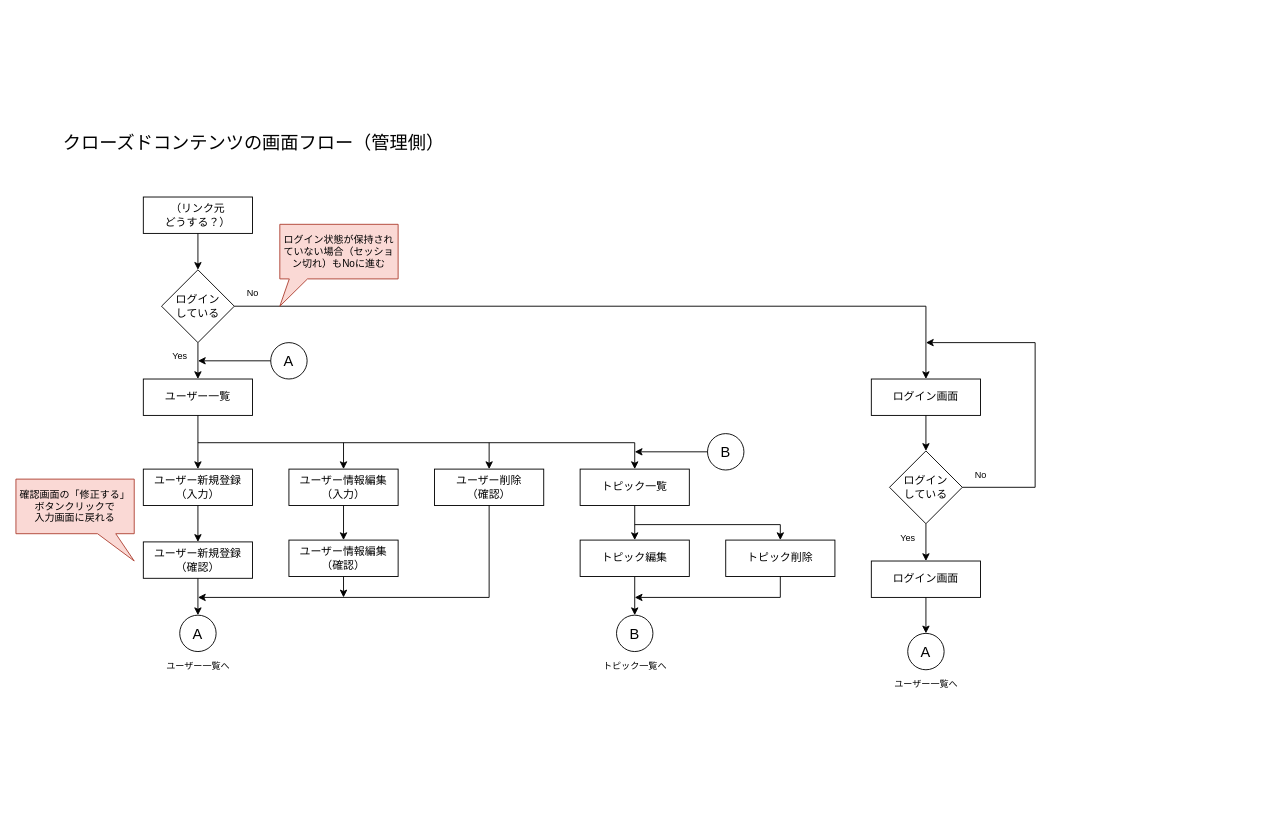
Before: page "管理側" (2 of 2) of クローズドコンテンツ_画面フロー.drawio in iims-engineers/iims_closed, a draw.io diagram. Source tidied: cells renumbered, new cells numbered last; positions are measured from the earlier drawing's top-left corner, leaving out a move shared by most shapes. Both pictures are drawn from the tidied source at 91%, with x=0, y=0 at pixel (15, 124).
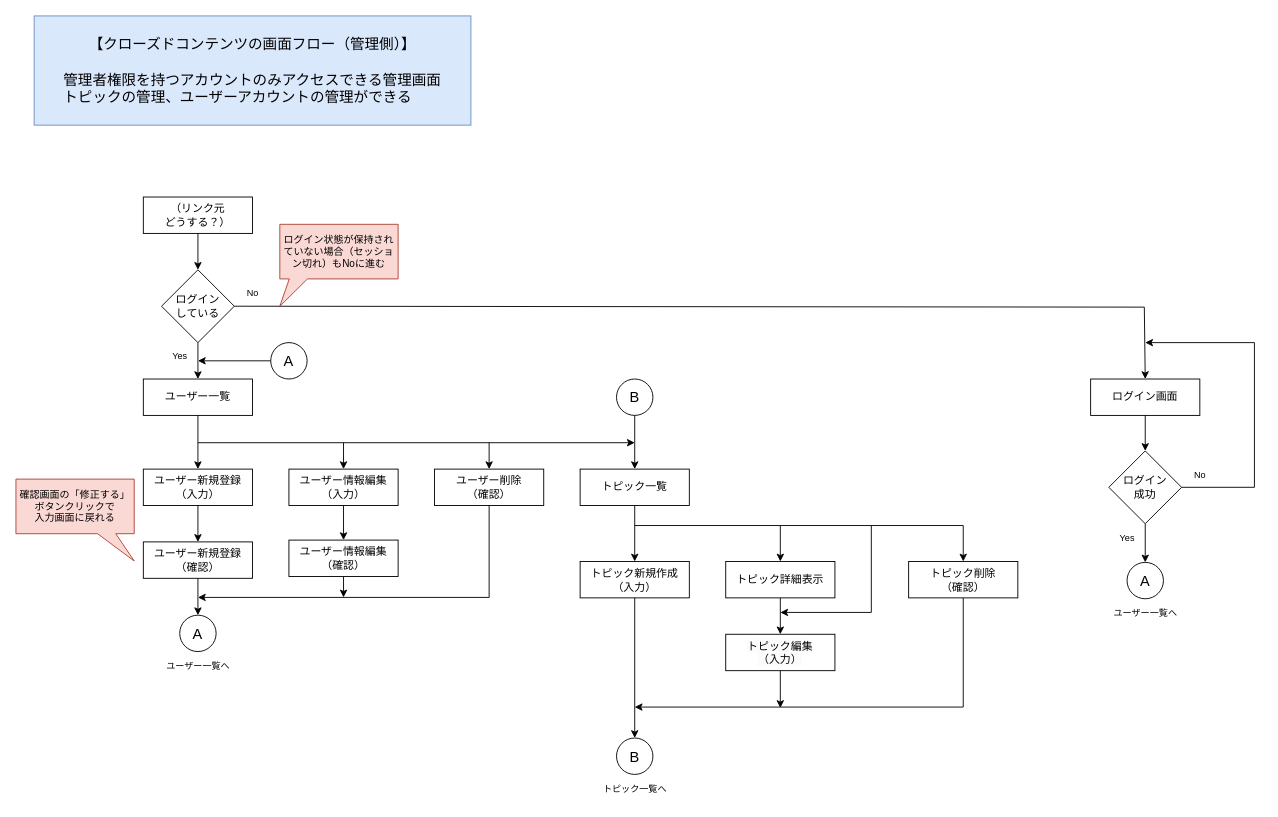
The same diagram, later.

The change refers to these unchanged cells:
```xml
<mxCell id="6" value="ログイン&lt;br&gt;している" style="rhombus;whiteSpace=wrap;html=1;fontSize=12;" parent="1" vertex="1">
  <mxGeometry x="160" y="160" width="80" height="80" as="geometry" />
</mxCell>
<mxCell id="41" value="トピック一覧" style="whiteSpace=wrap;html=1;" parent="1" vertex="1">
  <mxGeometry x="620" y="379" width="120" height="40" as="geometry" />
</mxCell>
```

Change to the diagram source:
```diff
@@
-    <mxCell id="2" value="&lt;font style=&quot;font-size: 20px;&quot;&gt;クローズドコンテンツの画面フロー（管理側）&lt;/font&gt;" style="text;html=1;align=left;verticalAlign=middle;strokeColor=none;fillColor=none;" parent="1" vertex="1">
-      <mxGeometry x="50" width="440" height="40" as="geometry" />
-    </mxCell>
@@
     <mxCell id="8" style="edgeStyle=none;jettySize=auto;html=1;rounded=0;exitX=1;exitY=0.5;exitDx=0;exitDy=0;entryX=0.5;entryY=0;entryDx=0;entryDy=0;" parent="1" edge="1" source="6" target="25">
       <mxGeometry relative="1" as="geometry">
         <Array as="points">
-          <mxPoint x="1000" y="200" />
+          <mxPoint x="1240" y="201" />
         </Array>
       </mxGeometry>
     </mxCell>
@@
-    <mxCell id="18" style="edgeStyle=none;jettySize=auto;html=1;rounded=0;entryX=0.5;entryY=0;entryDx=0;entryDy=0;" parent="1" edge="1" target="41">
+    <mxCell id="18" style="edgeStyle=none;orthogonalLoop=1;jettySize=auto;html=1;rounded=0;" parent="1" edge="1">
       <mxGeometry relative="1" as="geometry">
         <mxPoint x="200" y="350" as="sourcePoint" />
-        <Array as="points">
-          <mxPoint x="680" y="350" />
-        </Array>
+        <mxPoint x="680" y="350" as="targetPoint" />
       </mxGeometry>
     </mxCell>
@@
     <mxCell id="25" value="ログイン画面" style="whiteSpace=wrap;html=1;" parent="1" vertex="1">
-      <mxGeometry x="940" y="280" width="120" height="40" as="geometry" />
+      <mxGeometry x="1181" y="280" width="120" height="40" as="geometry" />
     </mxCell>
-    <mxCell id="26" value="ログイン&lt;br&gt;している" style="rhombus;whiteSpace=wrap;html=1;fontSize=12;" parent="1" vertex="1">
-      <mxGeometry x="960" y="359" width="80" height="80" as="geometry" />
+    <mxCell id="26" value="ログイン&lt;br&gt;成功" style="rhombus;whiteSpace=wrap;html=1;fontSize=12;" parent="1" vertex="1">
+      <mxGeometry x="1201" y="359" width="80" height="80" as="geometry" />
     </mxCell>
@@
     <mxCell id="28" value="&lt;font style=&quot;font-size: 10px;&quot;&gt;Yes&lt;/font&gt;" style="text;html=1;align=center;verticalAlign=middle;strokeColor=none;fillColor=none;fontSize=10;" parent="1" vertex="1">
-      <mxGeometry x="960" y="440" width="40" height="30" as="geometry" />
+      <mxGeometry x="1201" y="440" width="40" height="30" as="geometry" />
     </mxCell>
     <mxCell id="29" value="&lt;font style=&quot;font-size: 10px;&quot;&gt;No&lt;/font&gt;" style="text;html=1;align=center;verticalAlign=middle;strokeColor=none;fillColor=none;fontSize=10;" parent="1" vertex="1">
-      <mxGeometry x="1040" y="370" width="40" height="30" as="geometry" />
+      <mxGeometry x="1281" y="370" width="40" height="30" as="geometry" />
     </mxCell>
-    <mxCell id="30" value="ログイン画面" style="whiteSpace=wrap;html=1;" parent="1" vertex="1">
-      <mxGeometry x="940" y="480" width="120" height="40" as="geometry" />
-    </mxCell>
-    <mxCell id="31" style="edgeStyle=none;jettySize=auto;html=1;rounded=0;exitX=0.5;exitY=1;exitDx=0;exitDy=0;entryX=0.5;entryY=0;entryDx=0;entryDy=0;" parent="1" edge="1" source="30" target="34">
-      <mxGeometry relative="1" as="geometry" />
-    </mxCell>
-    <mxCell id="32" style="edgeStyle=none;jettySize=auto;html=1;rounded=0;exitX=0.5;exitY=1;exitDx=0;exitDy=0;entryX=0.5;entryY=0;entryDx=0;entryDy=0;" parent="1" edge="1" source="26" target="30">
+    <mxCell id="32" style="edgeStyle=none;jettySize=auto;html=1;rounded=0;exitX=0.5;exitY=1;exitDx=0;exitDy=0;entryX=0.5;entryY=0;entryDx=0;entryDy=0;" parent="1" edge="1" source="26" target="34">
       <mxGeometry relative="1" as="geometry" />
     </mxCell>
     <mxCell id="33" style="edgeStyle=none;jettySize=auto;html=1;rounded=0;exitX=1;exitY=0.5;exitDx=0;exitDy=0;" parent="1" edge="1" source="26">
       <mxGeometry relative="1" as="geometry">
-        <mxPoint x="1000" y="240" as="targetPoint" />
+        <mxPoint x="1241" y="240" as="targetPoint" />
         <Array as="points">
-          <mxPoint x="1120" y="399" />
-          <mxPoint x="1120" y="240" />
+          <mxPoint x="1361" y="399" />
+          <mxPoint x="1361" y="240" />
         </Array>
       </mxGeometry>
     </mxCell>
     <mxCell id="34" value="A" style="ellipse;whiteSpace=wrap;html=1;fontSize=16;" parent="1" vertex="1">
-      <mxGeometry x="980" y="559.5" width="40" height="40" as="geometry" />
+      <mxGeometry x="1221" y="481.5" width="40" height="40" as="geometry" />
     </mxCell>
     <mxCell id="35" value="ユーザー一覧へ" style="text;html=1;align=center;verticalAlign=middle;strokeColor=none;fillColor=none;fontSize=10;" parent="1" vertex="1">
-      <mxGeometry x="955" y="599.5" width="90" height="30" as="geometry" />
+      <mxGeometry x="1196" y="521.5" width="90" height="30" as="geometry" />
     </mxCell>
@@
-    <mxCell id="42" style="edgeStyle=none;jettySize=auto;html=1;rounded=0;exitX=0.5;exitY=1;exitDx=0;exitDy=0;entryX=0.5;entryY=0;entryDx=0;entryDy=0;" parent="1" edge="1" source="43" target="48">
-      <mxGeometry relative="1" as="geometry" />
-    </mxCell>
-    <mxCell id="43" value="トピック編集" style="whiteSpace=wrap;html=1;" parent="1" vertex="1">
-      <mxGeometry x="620" y="457" width="120" height="40" as="geometry" />
-    </mxCell>
-    <mxCell id="44" style="edgeStyle=none;jettySize=auto;html=1;rounded=0;entryX=0.5;entryY=0;entryDx=0;entryDy=0;exitX=0.5;exitY=1;exitDx=0;exitDy=0;" parent="1" edge="1" target="43">
+    <mxCell id="44" style="edgeStyle=none;jettySize=auto;html=1;rounded=0;entryX=0.5;entryY=0;entryDx=0;entryDy=0;exitX=0.5;exitY=1;exitDx=0;exitDy=0;" parent="1" edge="1" target="54">
       <mxGeometry relative="1" as="geometry">
         <mxPoint x="680" y="419" as="sourcePoint" />
       </mxGeometry>
     </mxCell>
-    <mxCell id="45" value="トピック削除" style="whiteSpace=wrap;html=1;" parent="1" vertex="1">
-      <mxGeometry x="780" y="457" width="120" height="40" as="geometry" />
-    </mxCell>
@@
-    <mxCell id="47" style="edgeStyle=none;jettySize=auto;html=1;rounded=0;entryX=0.5;entryY=0;entryDx=0;entryDy=0;" parent="1" edge="1" target="45">
-      <mxGeometry relative="1" as="geometry">
-        <mxPoint x="680" y="440" as="sourcePoint" />
-        <Array as="points">
-          <mxPoint x="840" y="440" />
-        </Array>
-      </mxGeometry>
-    </mxCell>
     <mxCell id="48" value="B" style="ellipse;whiteSpace=wrap;html=1;fontSize=16;" parent="1" vertex="1">
-      <mxGeometry x="660" y="539.5" width="40" height="40" as="geometry" />
+      <mxGeometry x="660" y="674.5" width="40" height="40" as="geometry" />
     </mxCell>
     <mxCell id="49" value="トピック一覧へ" style="text;html=1;align=center;verticalAlign=middle;strokeColor=none;fillColor=none;fontSize=10;" parent="1" vertex="1">
-      <mxGeometry x="635" y="579.5" width="90" height="30" as="geometry" />
+      <mxGeometry x="635" y="714.5" width="90" height="30" as="geometry" />
     </mxCell>
-    <mxCell id="50" style="edgeStyle=none;jettySize=auto;html=1;rounded=0;exitX=0.5;exitY=1;exitDx=0;exitDy=0;" parent="1" edge="1" source="45">
-      <mxGeometry relative="1" as="geometry">
-        <mxPoint x="680" y="520" as="targetPoint" />
-        <Array as="points">
-          <mxPoint x="840" y="520" />
-        </Array>
-      </mxGeometry>
-    </mxCell>
     <mxCell id="51" value="B" style="ellipse;whiteSpace=wrap;html=1;fontSize=16;" parent="1" vertex="1">
-      <mxGeometry x="760" y="340" width="40" height="40" as="geometry" />
+      <mxGeometry x="660" y="280" width="40" height="40" as="geometry" />
     </mxCell>
-    <mxCell id="52" style="edgeStyle=none;jettySize=auto;html=1;rounded=0;exitX=0;exitY=0.5;exitDx=0;exitDy=0;" parent="1" edge="1" source="51">
-      <mxGeometry relative="1" as="geometry">
-        <mxPoint x="680" y="360" as="targetPoint" />
-      </mxGeometry>
+    <mxCell id="52" style="edgeStyle=none;jettySize=auto;html=1;rounded=0;exitX=0.5;exitY=1;exitDx=0;exitDy=0;entryX=0.5;entryY=0;entryDx=0;entryDy=0;" parent="1" edge="1" source="51" target="41">
+      <mxGeometry relative="1" as="geometry" />
     </mxCell>
+    <mxCell id="53" value="【クローズドコンテンツの画面フロー（管理側）】&lt;br&gt;&lt;br&gt;&lt;div style=&quot;text-align: left;&quot;&gt;&lt;span style=&quot;background-color: initial;&quot;&gt;管理者権限を持つアカウントのみアクセスできる管理画面&lt;/span&gt;&lt;/div&gt;&lt;div style=&quot;text-align: left;&quot;&gt;&lt;span style=&quot;background-color: initial;&quot;&gt;トピックの管理、ユーザーアカウントの管理ができる&lt;/span&gt;&lt;/div&gt;" style="rounded=0;whiteSpace=wrap;html=1;fontSize=16;fillColor=#dae8fc;strokeColor=#6c8ebf;" parent="1" vertex="1">
+      <mxGeometry x="20" y="-119" width="480" height="120" as="geometry" />
+    </mxCell>
+    <mxCell id="54" value="トピック新規作成&lt;br&gt;（入力）" style="whiteSpace=wrap;html=1;" parent="1" vertex="1">
+      <mxGeometry x="620" y="480.5" width="120" height="40" as="geometry" />
+    </mxCell>
+    <mxCell id="55" style="edgeStyle=none;jettySize=auto;html=1;rounded=0;exitX=0.5;exitY=1;exitDx=0;exitDy=0;" parent="1" edge="1" source="57">
+      <mxGeometry relative="1" as="geometry">
+        <mxPoint x="680" y="640.5" as="targetPoint" />
+        <Array as="points">
+          <mxPoint x="1041" y="640.5" />
+        </Array>
+      </mxGeometry>
+    </mxCell>
+    <mxCell id="56" style="edgeStyle=none;orthogonalLoop=1;jettySize=auto;html=1;rounded=0;" parent="1" edge="1">
+      <mxGeometry relative="1" as="geometry">
+        <mxPoint x="940" y="441" as="sourcePoint" />
+        <mxPoint x="840" y="536.5" as="targetPoint" />
+        <Array as="points">
+          <mxPoint x="940" y="536.5" />
+        </Array>
+      </mxGeometry>
+    </mxCell>
+    <mxCell id="57" value="トピック削除&lt;br&gt;（確認）" style="whiteSpace=wrap;html=1;" parent="1" vertex="1">
+      <mxGeometry x="981" y="480.5" width="120" height="40" as="geometry" />
+    </mxCell>
+    <mxCell id="58" value="トピック詳細表示" style="whiteSpace=wrap;html=1;" parent="1" vertex="1">
+      <mxGeometry x="780" y="480.5" width="120" height="40" as="geometry" />
+    </mxCell>
+    <mxCell id="59" style="edgeStyle=none;jettySize=auto;html=1;rounded=0;entryX=0.5;entryY=0;entryDx=0;entryDy=0;" parent="1" edge="1" target="58">
+      <mxGeometry relative="1" as="geometry">
+        <mxPoint x="840" y="441" as="sourcePoint" />
+      </mxGeometry>
+    </mxCell>
+    <mxCell id="60" style="edgeStyle=none;jettySize=auto;html=1;rounded=0;exitX=0.5;exitY=1;exitDx=0;exitDy=0;" parent="1" edge="1" source="61">
+      <mxGeometry relative="1" as="geometry">
+        <mxPoint x="840" y="641.5" as="targetPoint" />
+      </mxGeometry>
+    </mxCell>
+    <mxCell id="61" value="&lt;span style=&quot;color: rgb(0, 0, 0); font-family: Helvetica; font-size: 12px; font-style: normal; font-variant-ligatures: normal; font-variant-caps: normal; font-weight: 400; letter-spacing: normal; orphans: 2; text-align: center; text-indent: 0px; text-transform: none; widows: 2; word-spacing: 0px; -webkit-text-stroke-width: 0px; background-color: rgb(251, 251, 251); text-decoration-thickness: initial; text-decoration-style: initial; text-decoration-color: initial; float: none; display: inline !important;&quot;&gt;トピック編集&lt;/span&gt;&lt;br style=&quot;border-color: var(--border-color); color: rgb(0, 0, 0); font-family: Helvetica; font-size: 12px; font-style: normal; font-variant-ligatures: normal; font-variant-caps: normal; font-weight: 400; letter-spacing: normal; orphans: 2; text-align: center; text-indent: 0px; text-transform: none; widows: 2; word-spacing: 0px; -webkit-text-stroke-width: 0px; background-color: rgb(251, 251, 251); text-decoration-thickness: initial; text-decoration-style: initial; text-decoration-color: initial;&quot;&gt;&lt;span style=&quot;color: rgb(0, 0, 0); font-family: Helvetica; font-size: 12px; font-style: normal; font-variant-ligatures: normal; font-variant-caps: normal; font-weight: 400; letter-spacing: normal; orphans: 2; text-align: center; text-indent: 0px; text-transform: none; widows: 2; word-spacing: 0px; -webkit-text-stroke-width: 0px; background-color: rgb(251, 251, 251); text-decoration-thickness: initial; text-decoration-style: initial; text-decoration-color: initial; float: none; display: inline !important;&quot;&gt;（入力）&lt;/span&gt;" style="whiteSpace=wrap;html=1;" parent="1" vertex="1">
+      <mxGeometry x="780" y="560.5" width="120" height="40" as="geometry" />
+    </mxCell>
+    <mxCell id="62" style="edgeStyle=none;jettySize=auto;html=1;rounded=0;exitX=0.5;exitY=1;exitDx=0;exitDy=0;entryX=0.5;entryY=0;entryDx=0;entryDy=0;" parent="1" edge="1" source="58" target="61">
+      <mxGeometry relative="1" as="geometry" />
+    </mxCell>
+    <mxCell id="63" style="edgeStyle=none;jettySize=auto;html=1;rounded=0;entryX=0.5;entryY=0;entryDx=0;entryDy=0;" parent="1" edge="1" target="57">
+      <mxGeometry relative="1" as="geometry">
+        <mxPoint x="680" y="441" as="sourcePoint" />
+        <Array as="points">
+          <mxPoint x="1041" y="441" />
+        </Array>
+      </mxGeometry>
+    </mxCell>
+    <mxCell id="64" style="edgeStyle=none;jettySize=auto;html=1;rounded=0;exitX=0.5;exitY=1;exitDx=0;exitDy=0;entryX=0.5;entryY=0;entryDx=0;entryDy=0;" parent="1" edge="1" source="54" target="48">
+      <mxGeometry relative="1" as="geometry" />
+    </mxCell>
```
